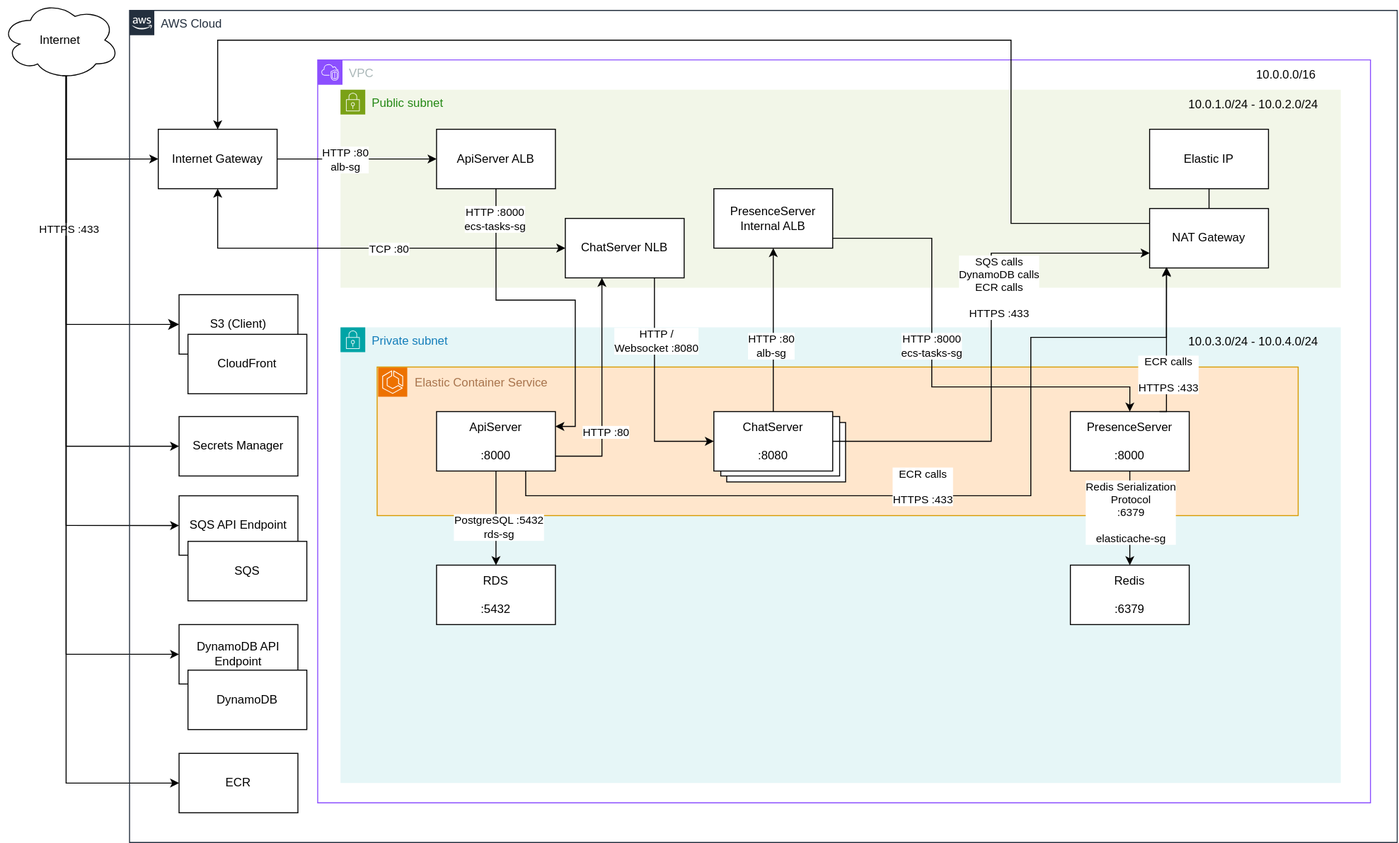
Earlier version of the draw.io export diagram.svg (cmichaelsd/ChatSystem). Source tidied: cells renumbered, new cells last; positions are measured from the earlier drawing's top-left corner, leaving out a move shared by most shapes.
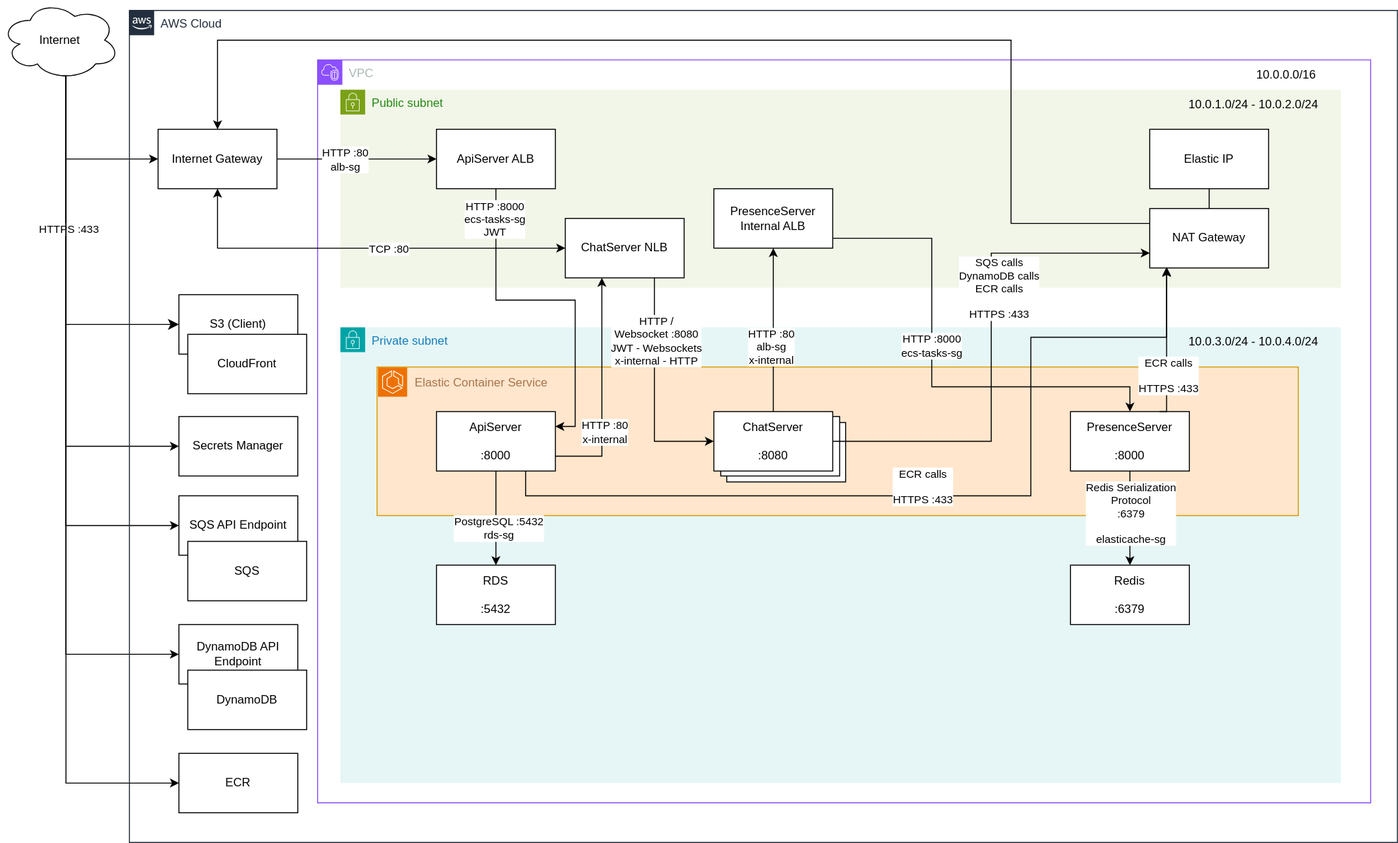
Above is the later version.

Commit message:
added readme with diagram, scaling information, etc.

Change to the diagram source:
```diff
@@ -125,7 +125,7 @@
     <mxCell id="30" style="edgeStyle=orthogonalEdgeStyle;rounded=0;jettySize=auto;html=1;exitX=0.75;exitY=1;exitDx=0;exitDy=0;entryX=0;entryY=0.5;entryDx=0;entryDy=0;" parent="13" edge="1" source="32" target="23">
       <mxGeometry relative="1" as="geometry" />
     </mxCell>
-    <mxCell id="31" value="HTTP /&lt;br&gt;Websocket :8080" style="edgeLabel;html=1;align=center;verticalAlign=middle;" parent="30" vertex="1">
+    <mxCell id="31" value="HTTP /&lt;br&gt;Websocket :8080&lt;br&gt;JWT - Websockets&lt;div&gt;x-internal - HTTP&lt;/div&gt;" style="edgeLabel;html=1;align=center;verticalAlign=middle;" parent="30" vertex="1">
       <mxGeometry x="-0.44" y="1" relative="1" as="geometry" />
     </mxCell>
     <mxCell id="32" value="ChatServer NLB" style="rounded=0;whiteSpace=wrap;html=1;" parent="13" vertex="1">
@@ -134,7 +134,7 @@
     <mxCell id="33" style="edgeStyle=orthogonalEdgeStyle;rounded=0;jettySize=auto;html=1;exitX=0.5;exitY=1;exitDx=0;exitDy=0;entryX=1;entryY=0.25;entryDx=0;entryDy=0;" parent="13" edge="1" source="35" target="25">
       <mxGeometry relative="1" as="geometry" />
     </mxCell>
-    <mxCell id="34" value="HTTP :8000&lt;div&gt;ecs-tasks-sg&lt;/div&gt;" style="edgeLabel;html=1;align=center;verticalAlign=middle;" parent="33" vertex="1">
+    <mxCell id="34" value="HTTP :8000&lt;div&gt;ecs-tasks-sg&lt;br&gt;JWT&lt;/div&gt;" style="edgeLabel;html=1;align=center;verticalAlign=middle;" parent="33" vertex="1">
       <mxGeometry x="-0.82" y="-2" relative="1" as="geometry" />
     </mxCell>
     <mxCell id="35" value="ApiServer ALB" style="rounded=0;whiteSpace=wrap;html=1;" parent="13" vertex="1">
@@ -160,7 +160,7 @@
     <mxCell id="41" style="edgeStyle=orthogonalEdgeStyle;rounded=0;jettySize=auto;html=1;exitX=0.5;exitY=0;exitDx=0;exitDy=0;entryX=0.5;entryY=1;entryDx=0;entryDy=0;" parent="13" edge="1" source="23" target="29">
       <mxGeometry relative="1" as="geometry" />
     </mxCell>
-    <mxCell id="42" value="HTTP :80&lt;br&gt;alb-sg" style="edgeLabel;html=1;align=center;verticalAlign=middle;" parent="41" vertex="1">
+    <mxCell id="42" value="HTTP :80&lt;br&gt;alb-sg&lt;br&gt;x-internal" style="edgeLabel;html=1;align=center;verticalAlign=middle;" parent="41" vertex="1">
       <mxGeometry x="-0.24" y="3" relative="1" as="geometry">
         <mxPoint y="-3" as="offset" />
       </mxGeometry>
@@ -168,7 +168,7 @@
     <mxCell id="43" style="edgeStyle=orthogonalEdgeStyle;rounded=0;jettySize=auto;html=1;exitX=1;exitY=0.75;exitDx=0;exitDy=0;entryX=0.308;entryY=1;entryDx=0;entryDy=0;entryPerimeter=0;" parent="13" edge="1" source="25" target="32">
       <mxGeometry relative="1" as="geometry" />
     </mxCell>
-    <mxCell id="44" value="HTTP :80" style="edgeLabel;html=1;align=center;verticalAlign=middle;" parent="43" vertex="1">
+    <mxCell id="44" value="HTTP :80&lt;br&gt;x-internal" style="edgeLabel;html=1;align=center;verticalAlign=middle;" parent="43" vertex="1">
       <mxGeometry x="-0.49" relative="1" as="geometry">
         <mxPoint x="3" y="-14" as="offset" />
       </mxGeometry>
```
